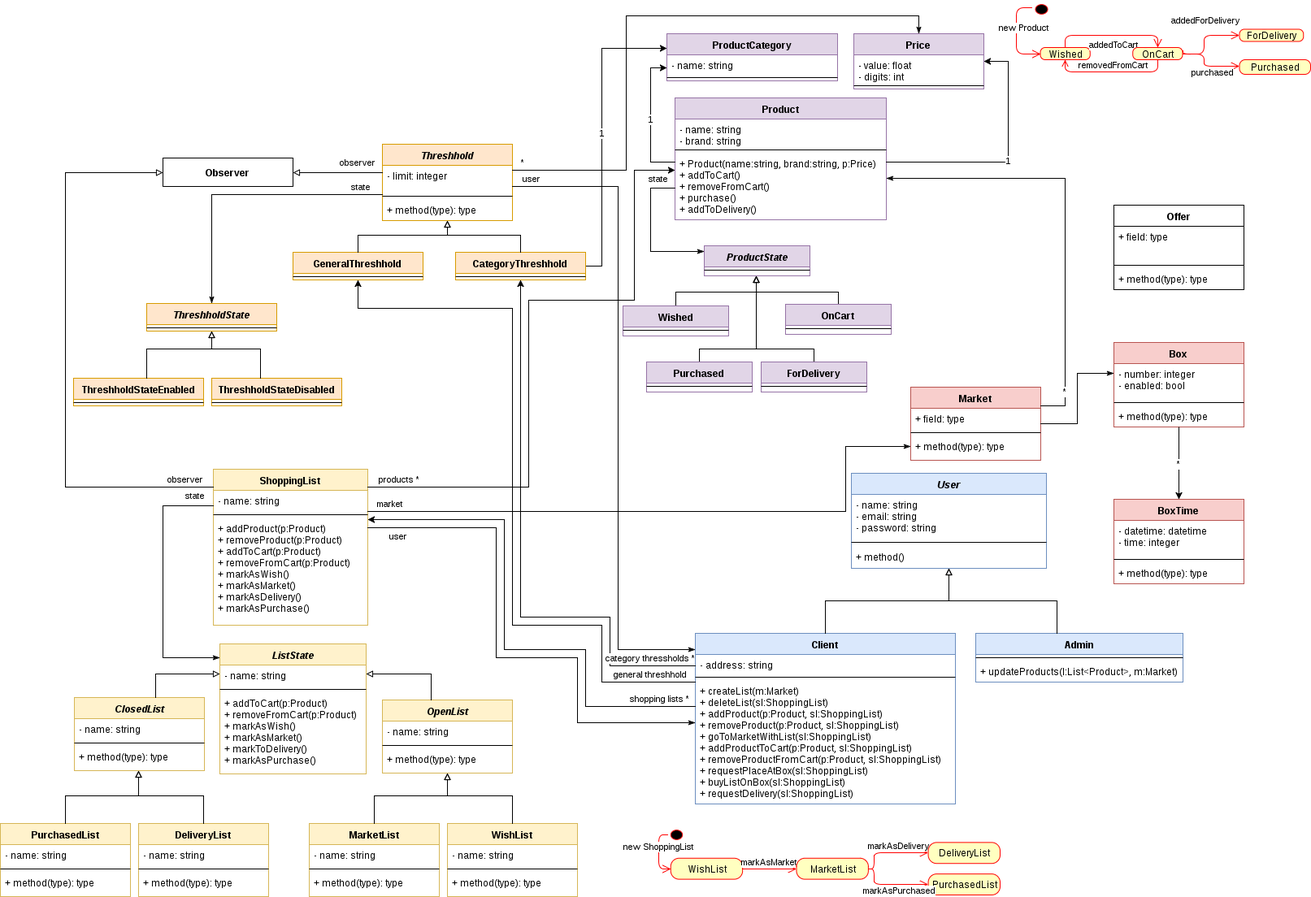
The draw.io diagram doc/design.png in laendoor/unq-desapp-aloloco-back, before a commit. Source tidied: cells renumbered, new cells last; positions are measured from the earlier drawing's top-left corner, leaving out a move shared by most shapes.
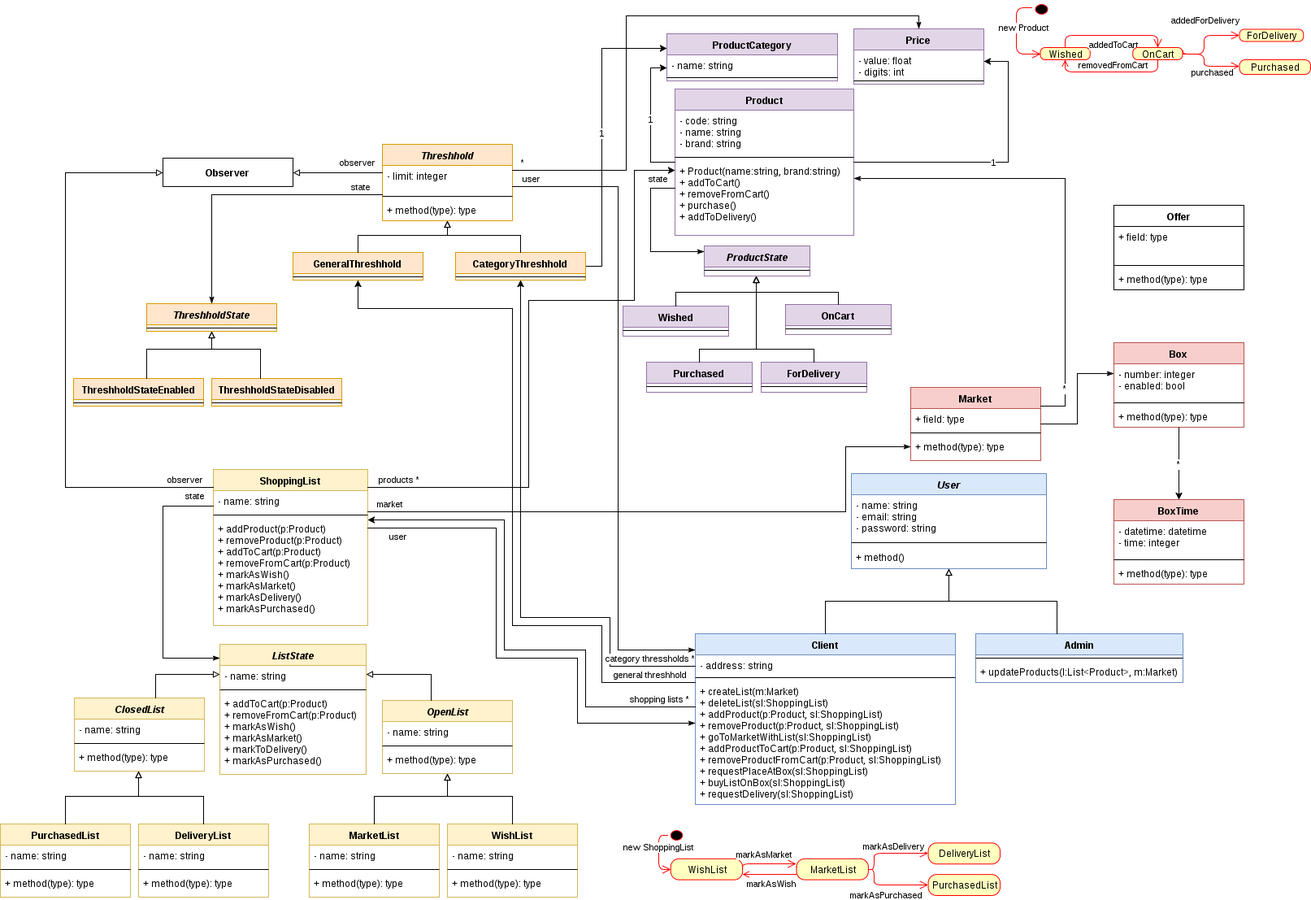
After the commit.

What changed in the source:
```diff
@@ -62,7 +62,7 @@
     <mxCell id="21" style="line;html=1;strokeWidth=1;fillColor=none;align=left;verticalAlign=middle;spacingTop=-1;spacingLeft=3;spacingRight=3;labelPosition=right;" parent="19" vertex="1">
       <mxGeometry y="52" width="190" height="8" as="geometry" />
     </mxCell>
-    <mxCell id="22" value="+ addProduct(p:Product)&lt;div&gt;+ removeProduct(p:Product)&lt;/div&gt;&lt;div&gt;+ addToCart(p:Product)&lt;/div&gt;&lt;div&gt;+ removeFromCart(p:Product)&lt;/div&gt;&lt;div&gt;+ markAsWish()&lt;/div&gt;&lt;div&gt;+ markAsMarket()&lt;/div&gt;&lt;div&gt;+ markAsDelivery()&lt;/div&gt;&lt;div&gt;+ markAsPurchase()&lt;/div&gt;" style="text;html=1;strokeColor=none;fillColor=none;align=left;verticalAlign=top;spacingLeft=4;spacingRight=4;whiteSpace=wrap;overflow=hidden;" parent="19" vertex="1">
+    <mxCell id="22" value="+ addProduct(p:Product)&lt;div&gt;+ removeProduct(p:Product)&lt;/div&gt;&lt;div&gt;+ addToCart(p:Product)&lt;/div&gt;&lt;div&gt;+ removeFromCart(p:Product)&lt;/div&gt;&lt;div&gt;+ markAsWish()&lt;/div&gt;&lt;div&gt;+ markAsMarket()&lt;/div&gt;&lt;div&gt;+ markAsDelivery()&lt;/div&gt;&lt;div&gt;+ markAsPurchased()&lt;/div&gt;" style="text;html=1;strokeColor=none;fillColor=none;align=left;verticalAlign=top;spacingLeft=4;spacingRight=4;whiteSpace=wrap;overflow=hidden;" parent="19" vertex="1">
       <mxGeometry y="60" width="190" height="130" as="geometry" />
     </mxCell>
     <mxCell id="23" value="shopping lists *" style="edgeStyle=orthogonalEdgeStyle;rounded=0;html=1;jettySize=auto;startArrow=none;startFill=0;" parent="1" edge="1" source="15" target="19">
@@ -76,16 +76,16 @@
       </mxGeometry>
     </mxCell>
     <mxCell id="24" value="Product" style="swimlane;html=1;fontStyle=1;align=center;verticalAlign=top;horizontal=1;startSize=26;swimlaneFillColor=#ffffff;fillColor=#e1d5e7;strokeColor=#9673a6;" parent="1" vertex="1">
-      <mxGeometry x="830" y="119" width="260" height="150" as="geometry" />
+      <mxGeometry x="830" y="108" width="220" height="180" as="geometry" />
     </mxCell>
-    <mxCell id="25" value="- name: string&lt;div&gt;- brand: string&lt;/div&gt;" style="text;html=1;strokeColor=none;fillColor=none;align=left;verticalAlign=top;spacingLeft=4;spacingRight=4;whiteSpace=wrap;overflow=hidden;" parent="24" vertex="1">
-      <mxGeometry y="26" width="260" height="34" as="geometry" />
+    <mxCell id="25" value="&lt;div&gt;- code: string&lt;/div&gt;- name: string&lt;div&gt;- brand: string&lt;/div&gt;" style="text;html=1;strokeColor=none;fillColor=none;align=left;verticalAlign=top;spacingLeft=4;spacingRight=4;whiteSpace=wrap;overflow=hidden;" parent="24" vertex="1">
+      <mxGeometry y="26" width="220" height="54" as="geometry" />
     </mxCell>
     <mxCell id="26" style="line;html=1;strokeWidth=1;fillColor=none;align=left;verticalAlign=middle;spacingTop=-1;spacingLeft=3;spacingRight=3;labelPosition=right;" parent="24" vertex="1">
-      <mxGeometry y="60" width="260" height="8" as="geometry" />
+      <mxGeometry y="80" width="220" height="8" as="geometry" />
     </mxCell>
-    <mxCell id="27" value="+ Product(name:string, brand:string, p:Price)&lt;div&gt;+ addToCart()&lt;/div&gt;&lt;div&gt;+ removeFromCart()&lt;/div&gt;&lt;div&gt;+ purchase()&lt;/div&gt;&lt;div&gt;+ addToDelivery()&lt;/div&gt;" style="text;html=1;strokeColor=none;fillColor=none;align=left;verticalAlign=top;spacingLeft=4;spacingRight=4;whiteSpace=wrap;overflow=hidden;" parent="24" vertex="1">
-      <mxGeometry y="68" width="260" height="82" as="geometry" />
+    <mxCell id="27" value="+ Product(name:string,&lt;span&gt;&amp;nbsp;brand:string)&lt;/span&gt;&lt;div&gt;&lt;div&gt;+ addToCart()&lt;/div&gt;&lt;div&gt;+ removeFromCart()&lt;/div&gt;&lt;div&gt;+ purchase()&lt;/div&gt;&lt;div&gt;+ addToDelivery()&lt;/div&gt;&lt;/div&gt;" style="text;html=1;strokeColor=none;fillColor=none;align=left;verticalAlign=top;spacingLeft=4;spacingRight=4;whiteSpace=wrap;overflow=hidden;" parent="24" vertex="1">
+      <mxGeometry y="88" width="220" height="92" as="geometry" />
     </mxCell>
     <mxCell id="28" value="ProductCategory" style="swimlane;html=1;fontStyle=1;align=center;verticalAlign=top;horizontal=1;startSize=26;swimlaneFillColor=#ffffff;fillColor=#e1d5e7;strokeColor=#9673a6;" parent="1" vertex="1">
       <mxGeometry x="820" y="40" width="210" height="58" as="geometry" />
@@ -138,7 +138,7 @@
       </mxGeometry>
     </mxCell>
     <mxCell id="37" value="Price" style="swimlane;html=1;fontStyle=1;align=center;verticalAlign=top;horizontal=1;startSize=26;swimlaneFillColor=#ffffff;fillColor=#e1d5e7;strokeColor=#9673a6;" parent="1" vertex="1">
-      <mxGeometry x="1050" y="40" width="160" height="68" as="geometry" />
+      <mxGeometry x="1050" y="34" width="160" height="68" as="geometry" />
     </mxCell>
     <mxCell id="38" value="- value: float&lt;div&gt;- digits: int&lt;/div&gt;" style="text;html=1;strokeColor=none;fillColor=none;align=left;verticalAlign=top;spacingLeft=4;spacingRight=4;whiteSpace=wrap;overflow=hidden;" parent="37" vertex="1">
       <mxGeometry y="26" width="160" height="34" as="geometry" />
@@ -248,7 +248,7 @@
     <mxCell id="60" style="line;html=1;strokeWidth=1;fillColor=none;align=left;verticalAlign=middle;spacingTop=-1;spacingLeft=3;spacingRight=3;labelPosition=right;" parent="58" vertex="1">
       <mxGeometry y="52" width="180" height="8" as="geometry" />
     </mxCell>
-    <mxCell id="61" value="&lt;div&gt;+ addToCart(p:Product)&lt;/div&gt;&lt;div&gt;+ removeFromCart(p:Product)&lt;/div&gt;&lt;div&gt;+ markAsWish()&lt;/div&gt;&lt;div&gt;+ markAsMarket()&lt;/div&gt;&lt;div&gt;+ markToDelivery()&lt;/div&gt;&lt;div&gt;+ markAsPurchase()&lt;/div&gt;" style="text;html=1;strokeColor=none;fillColor=none;align=left;verticalAlign=top;spacingLeft=4;spacingRight=4;whiteSpace=wrap;overflow=hidden;" parent="58" vertex="1">
+    <mxCell id="61" value="&lt;div&gt;+ addToCart(p:Product)&lt;/div&gt;&lt;div&gt;+ removeFromCart(p:Product)&lt;/div&gt;&lt;div&gt;+ markAsWish()&lt;/div&gt;&lt;div&gt;+ markAsMarket()&lt;/div&gt;&lt;div&gt;+ markToDelivery()&lt;/div&gt;&lt;div&gt;+ markAsPurchased()&lt;/div&gt;" style="text;html=1;strokeColor=none;fillColor=none;align=left;verticalAlign=top;spacingLeft=4;spacingRight=4;whiteSpace=wrap;overflow=hidden;" parent="58" vertex="1">
       <mxGeometry y="60" width="180" height="100" as="geometry" />
     </mxCell>
     <mxCell id="62" value="MarketList" style="swimlane;html=1;fontStyle=1;align=center;verticalAlign=top;horizontal=1;startSize=26;swimlaneFillColor=#ffffff;fillColor=#fff2cc;strokeColor=#d6b656;" parent="1" vertex="1">
@@ -509,62 +509,62 @@
     <mxCell id="117" style="line;html=1;strokeWidth=1;fillColor=none;align=left;verticalAlign=middle;spacingTop=-1;spacingLeft=3;spacingRight=3;labelPosition=right;" parent="116" vertex="1">
       <mxGeometry y="26" width="130" height="8" as="geometry" />
     </mxCell>
-    <mxCell id="118" style="edgeStyle=orthogonalEdgeStyle;rounded=0;html=1;startArrow=none;startFill=0;endArrow=block;endFill=0;jettySize=auto;" parent="1" edge="1" source="119" target="116">
-      <mxGeometry relative="1" as="geometry">
-        <Array as="points">
-          <mxPoint x="831" y="358" />
-          <mxPoint x="930" y="358" />
-        </Array>
-      </mxGeometry>
-    </mxCell>
     <mxCell id="119" value="Wished" style="swimlane;html=1;fontStyle=1;align=center;verticalAlign=top;horizontal=1;startSize=26;swimlaneFillColor=#ffffff;fillColor=#e1d5e7;strokeColor=#9673a6;" parent="1" vertex="1">
       <mxGeometry x="766" y="375" width="130" height="37" as="geometry" />
     </mxCell>
     <mxCell id="120" style="line;html=1;strokeWidth=1;fillColor=none;align=left;verticalAlign=middle;spacingTop=-1;spacingLeft=3;spacingRight=3;labelPosition=right;" parent="119" vertex="1">
       <mxGeometry y="26" width="130" height="8" as="geometry" />
     </mxCell>
-    <mxCell id="121" style="edgeStyle=orthogonalEdgeStyle;rounded=0;html=1;startArrow=none;startFill=0;endArrow=block;endFill=0;jettySize=auto;" parent="1" edge="1" source="122" target="116">
-      <mxGeometry relative="1" as="geometry">
-        <Array as="points">
-          <mxPoint x="1031" y="358" />
-          <mxPoint x="930" y="358" />
-        </Array>
-      </mxGeometry>
-    </mxCell>
     <mxCell id="122" value="OnCart" style="swimlane;html=1;fontStyle=1;align=center;verticalAlign=top;horizontal=1;startSize=26;swimlaneFillColor=#ffffff;fillColor=#e1d5e7;strokeColor=#9673a6;" parent="1" vertex="1">
       <mxGeometry x="966" y="373" width="130" height="37" as="geometry" />
     </mxCell>
     <mxCell id="123" style="line;html=1;strokeWidth=1;fillColor=none;align=left;verticalAlign=middle;spacingTop=-1;spacingLeft=3;spacingRight=3;labelPosition=right;" parent="122" vertex="1">
       <mxGeometry y="26" width="130" height="8" as="geometry" />
     </mxCell>
-    <mxCell id="124" style="edgeStyle=orthogonalEdgeStyle;rounded=0;html=1;startArrow=none;startFill=0;endArrow=block;endFill=0;jettySize=auto;" parent="1" edge="1" source="125" target="116">
-      <mxGeometry relative="1" as="geometry">
-        <Array as="points">
-          <mxPoint x="1001" y="428" />
-          <mxPoint x="930" y="428" />
-        </Array>
-      </mxGeometry>
-    </mxCell>
     <mxCell id="125" value="ForDelivery" style="swimlane;html=1;fontStyle=1;align=center;verticalAlign=top;horizontal=1;startSize=26;swimlaneFillColor=#ffffff;fillColor=#e1d5e7;strokeColor=#9673a6;" parent="1" vertex="1">
       <mxGeometry x="936" y="444" width="130" height="37" as="geometry" />
     </mxCell>
     <mxCell id="126" style="line;html=1;strokeWidth=1;fillColor=none;align=left;verticalAlign=middle;spacingTop=-1;spacingLeft=3;spacingRight=3;labelPosition=right;" parent="125" vertex="1">
       <mxGeometry y="26" width="130" height="8" as="geometry" />
     </mxCell>
-    <mxCell id="127" style="edgeStyle=orthogonalEdgeStyle;rounded=0;html=1;startArrow=none;startFill=0;endArrow=block;endFill=0;jettySize=auto;" parent="1" edge="1" source="128" target="116">
-      <mxGeometry relative="1" as="geometry">
-        <Array as="points">
-          <mxPoint x="860" y="428" />
-          <mxPoint x="930" y="428" />
-        </Array>
-      </mxGeometry>
-    </mxCell>
     <mxCell id="128" value="Purchased" style="swimlane;html=1;fontStyle=1;align=center;verticalAlign=top;horizontal=1;startSize=26;swimlaneFillColor=#ffffff;fillColor=#e1d5e7;strokeColor=#9673a6;" parent="1" vertex="1">
       <mxGeometry x="795" y="444" width="130" height="37" as="geometry" />
     </mxCell>
     <mxCell id="129" style="line;html=1;strokeWidth=1;fillColor=none;align=left;verticalAlign=middle;spacingTop=-1;spacingLeft=3;spacingRight=3;labelPosition=right;" parent="128" vertex="1">
       <mxGeometry y="26" width="130" height="8" as="geometry" />
     </mxCell>
+    <mxCell id="118" style="edgeStyle=orthogonalEdgeStyle;rounded=0;html=1;startArrow=none;startFill=0;endArrow=block;endFill=0;jettySize=auto;" parent="1" edge="1" source="119" target="116">
+      <mxGeometry relative="1" as="geometry">
+        <Array as="points">
+          <mxPoint x="831" y="358" />
+          <mxPoint x="930" y="358" />
+        </Array>
+      </mxGeometry>
+    </mxCell>
+    <mxCell id="121" style="edgeStyle=orthogonalEdgeStyle;rounded=0;html=1;startArrow=none;startFill=0;endArrow=block;endFill=0;jettySize=auto;" parent="1" edge="1" source="122" target="116">
+      <mxGeometry relative="1" as="geometry">
+        <Array as="points">
+          <mxPoint x="1031" y="358" />
+          <mxPoint x="930" y="358" />
+        </Array>
+      </mxGeometry>
+    </mxCell>
+    <mxCell id="127" style="edgeStyle=orthogonalEdgeStyle;rounded=0;html=1;startArrow=none;startFill=0;endArrow=block;endFill=0;jettySize=auto;" parent="1" edge="1" source="128" target="116">
+      <mxGeometry relative="1" as="geometry">
+        <Array as="points">
+          <mxPoint x="860" y="428" />
+          <mxPoint x="930" y="428" />
+        </Array>
+      </mxGeometry>
+    </mxCell>
+    <mxCell id="124" style="edgeStyle=orthogonalEdgeStyle;rounded=0;html=1;startArrow=none;startFill=0;endArrow=block;endFill=0;jettySize=auto;" parent="1" edge="1" source="125" target="116">
+      <mxGeometry relative="1" as="geometry">
+        <Array as="points">
+          <mxPoint x="1001" y="428" />
+          <mxPoint x="930" y="428" />
+        </Array>
+      </mxGeometry>
+    </mxCell>
     <mxCell id="130" value="state" style="edgeStyle=orthogonalEdgeStyle;rounded=0;html=1;startArrow=none;startFill=0;endArrow=classicThin;endFill=1;jettySize=auto;" parent="1" edge="1" source="24" target="116">
       <mxGeometry x="-0.78" y="-12" relative="1" as="geometry">
         <Array as="points">
@@ -649,11 +649,10 @@
     <mxCell id="145" value="WishList" style="rounded=1;whiteSpace=wrap;html=1;arcSize=40;fillColor=#ffffc0;strokeColor=#ff0000;" parent="142" vertex="1">
       <mxGeometry x="14.7" y="38.8" width="88.4" height="25.8" as="geometry" />
     </mxCell>
-    <mxCell id="146" value="markAsMarket" style="edgeStyle=orthogonalEdgeStyle;html=1;verticalAlign=bottom;endArrow=open;endSize=8;strokeColor=#ff0000;exitX=1;exitY=0.5;" parent="142" edge="1" source="145" target="147">
-      <mxGeometry relative="1" as="geometry">
+    <mxCell id="146" value="markAsMarket" style="edgeStyle=orthogonalEdgeStyle;html=1;verticalAlign=bottom;endArrow=open;endSize=8;strokeColor=#ff0000;exitX=1;exitY=0.5;entryX=0;entryY=0.25;" parent="142" edge="1" source="145" target="147">
+      <mxGeometry x="-0.07" y="3" relative="1" as="geometry">
         <Array as="points">
-          <mxPoint x="140" y="51.7" />
-          <mxPoint x="140" y="51.7" />
+          <mxPoint x="103" y="45" />
         </Array>
       </mxGeometry>
     </mxCell>
@@ -661,7 +660,7 @@
       <mxGeometry x="169.5" y="38.8" width="88.4" height="25.8" as="geometry" />
     </mxCell>
     <mxCell id="148" value="markAsDelivery" style="edgeStyle=orthogonalEdgeStyle;html=1;verticalAlign=bottom;endArrow=open;endSize=8;strokeColor=#ff0000;" parent="142" edge="1" source="147" target="149">
-      <mxGeometry x="0.23" relative="1" as="geometry">
+      <mxGeometry x="0.11" relative="1" as="geometry">
         <Array as="points">
           <mxPoint x="265.3" y="51.7" />
           <mxPoint x="265.3" y="32.3" />
@@ -675,12 +674,20 @@
       <mxGeometry x="331.6" y="58.2" width="88.4" height="25.8" as="geometry" />
     </mxCell>
     <mxCell id="151" value="markAsPurchased" style="edgeStyle=orthogonalEdgeStyle;html=1;verticalAlign=bottom;endArrow=open;endSize=8;strokeColor=#ff0000;exitX=1;exitY=0.5;" parent="142" edge="1" source="147" target="150">
-      <mxGeometry x="0.23" y="-16" relative="1" as="geometry">
+      <mxGeometry x="-0.11" y="-21" relative="1" as="geometry">
         <Array as="points">
           <mxPoint x="265.3" y="51.7" />
           <mxPoint x="265.3" y="71.1" />
         </Array>
       </mxGeometry>
     </mxCell>
+    <mxCell id="152" value="markAsWish" style="edgeStyle=orthogonalEdgeStyle;html=1;verticalAlign=bottom;endArrow=none;endSize=8;strokeColor=#ff0000;exitX=1;exitY=0.75;startArrow=open;startFill=0;endFill=0;entryX=0;entryY=0.75;" parent="142" edge="1" source="145" target="147">
+      <mxGeometry x="0.09" y="-20" relative="1" as="geometry">
+        <Array as="points">
+          <mxPoint x="130" y="58" />
+          <mxPoint x="130" y="58" />
+        </Array>
+      </mxGeometry>
+    </mxCell>
   </root>
 </mxGraphModel>
```
